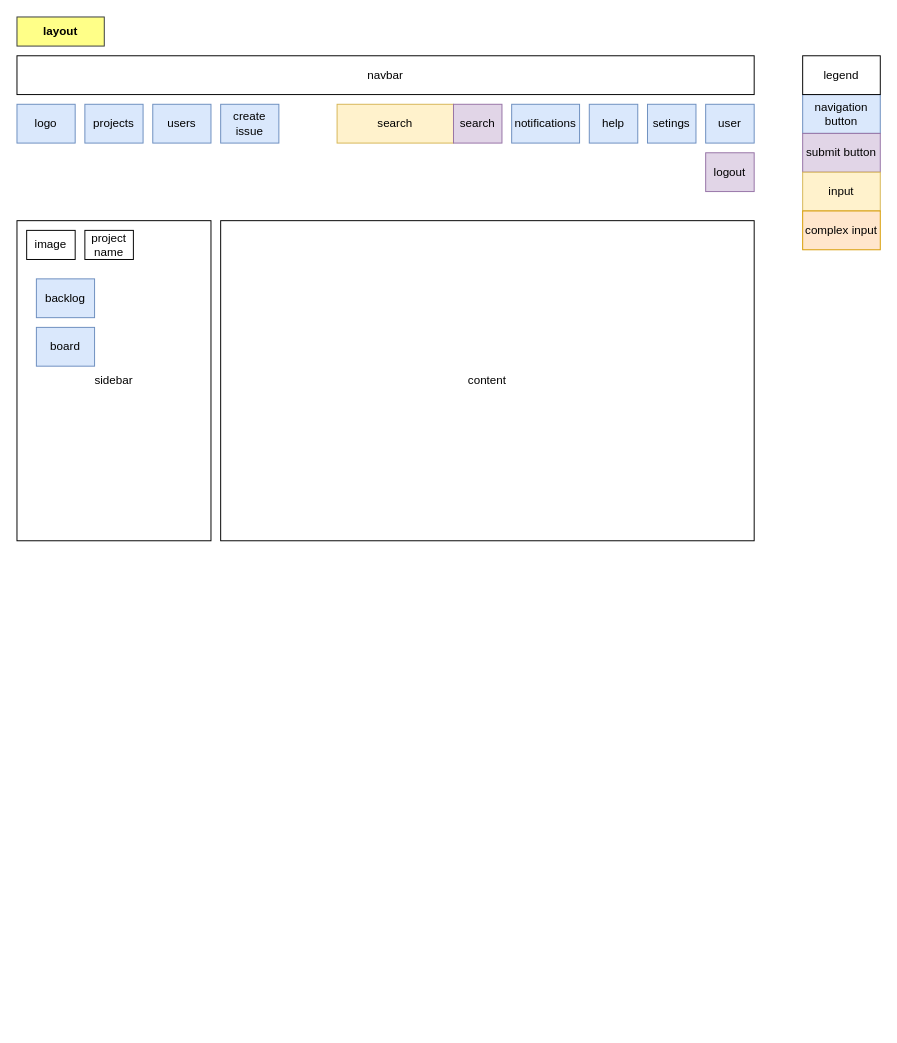
Earlier version of the draw.io diagram page "layout" (1 of 2) of docs/2 design/design sample.drawio (cosminbucur/final-ro23). Source tidied: cells renumbered, new cells numbered last; positions are measured from the earlier drawing's top-left corner, leaving out a move shared by most shapes. Both pictures are drawn from the tidied source at 97%, with x=0, y=0 at pixel (16, 16).
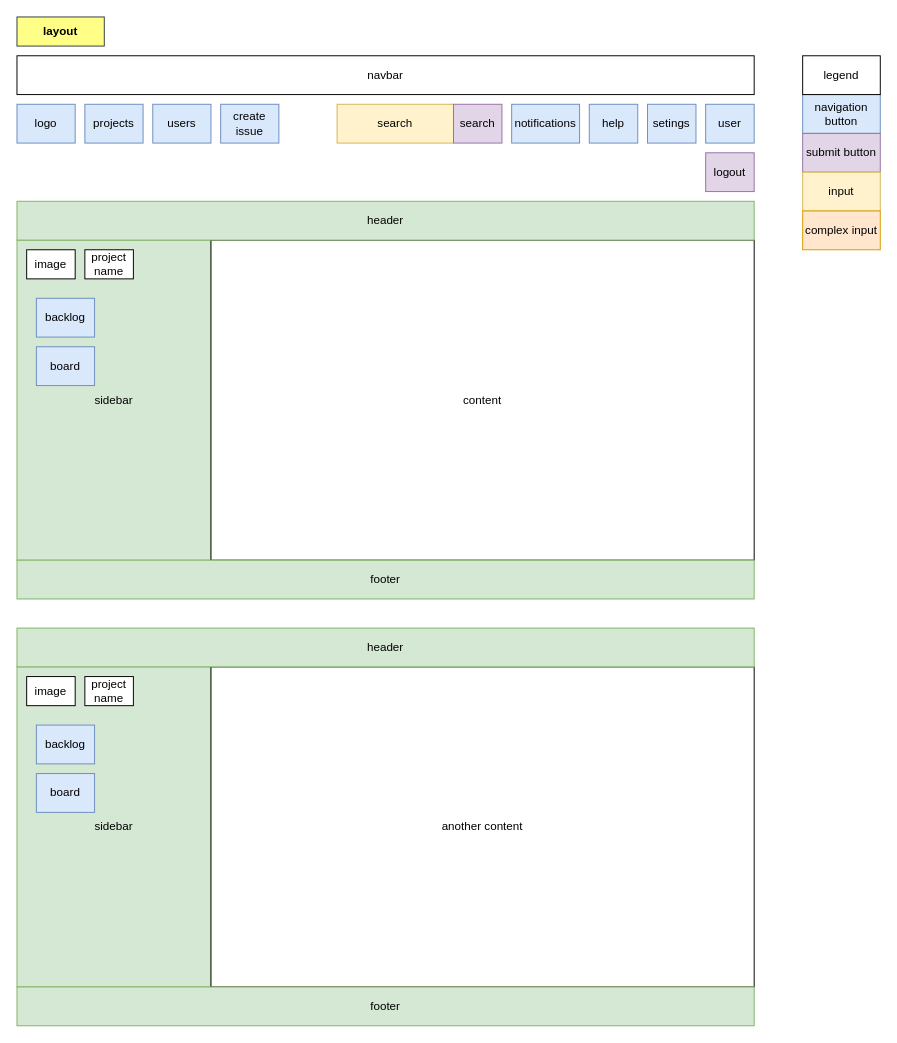
Above is the later version.

What changed in the source:
```diff
@@
-    <mxCell id="12" value="sidebar" style="rounded=0;whiteSpace=wrap;html=1;" parent="1" vertex="1">
-      <mxGeometry y="210" width="200" height="330" as="geometry" />
+    <mxCell id="12" value="sidebar" style="rounded=0;whiteSpace=wrap;html=1;fillColor=#d5e8d4;strokeColor=#82b366;" parent="1" vertex="1">
+      <mxGeometry y="230" width="200" height="330" as="geometry" />
     </mxCell>
     <mxCell id="13" value="content" style="rounded=0;whiteSpace=wrap;html=1;" parent="1" vertex="1">
-      <mxGeometry x="210" y="210" width="550" height="330" as="geometry" />
+      <mxGeometry x="200" y="230" width="560" height="330" as="geometry" />
     </mxCell>
@@
     <mxCell id="15" value="board" style="rounded=0;whiteSpace=wrap;html=1;fillColor=#dae8fc;strokeColor=#6c8ebf;" parent="1" vertex="1">
-      <mxGeometry x="20" y="320" width="60" height="40" as="geometry" />
+      <mxGeometry x="20" y="340" width="60" height="40" as="geometry" />
     </mxCell>
     <mxCell id="16" value="backlog" style="rounded=0;whiteSpace=wrap;html=1;fillColor=#dae8fc;strokeColor=#6c8ebf;" parent="1" vertex="1">
-      <mxGeometry x="20" y="270" width="60" height="40" as="geometry" />
+      <mxGeometry x="20" y="290" width="60" height="40" as="geometry" />
     </mxCell>
     <mxCell id="17" value="image" style="rounded=0;whiteSpace=wrap;html=1;" parent="1" vertex="1">
-      <mxGeometry x="10" y="220" width="50" height="30" as="geometry" />
+      <mxGeometry x="10" y="240" width="50" height="30" as="geometry" />
     </mxCell>
     <mxCell id="18" value="project name" style="rounded=0;whiteSpace=wrap;html=1;" parent="1" vertex="1">
-      <mxGeometry x="70" y="220" width="50" height="30" as="geometry" />
+      <mxGeometry x="70" y="240" width="50" height="30" as="geometry" />
     </mxCell>
@@
+    <mxCell id="26" value="header" style="rounded=0;whiteSpace=wrap;html=1;fillColor=#d5e8d4;strokeColor=#82b366;" parent="1" vertex="1">
+      <mxGeometry y="190" width="760" height="40" as="geometry" />
+    </mxCell>
+    <mxCell id="27" value="footer" style="rounded=0;whiteSpace=wrap;html=1;fillColor=#d5e8d4;strokeColor=#82b366;" parent="1" vertex="1">
+      <mxGeometry y="560" width="760" height="40" as="geometry" />
+    </mxCell>
+    <mxCell id="28" value="sidebar" style="rounded=0;whiteSpace=wrap;html=1;fillColor=#d5e8d4;strokeColor=#82b366;" parent="1" vertex="1">
+      <mxGeometry y="670" width="200" height="330" as="geometry" />
+    </mxCell>
+    <mxCell id="29" value="another content" style="rounded=0;whiteSpace=wrap;html=1;" parent="1" vertex="1">
+      <mxGeometry x="200" y="670" width="560" height="330" as="geometry" />
+    </mxCell>
+    <mxCell id="30" value="board" style="rounded=0;whiteSpace=wrap;html=1;fillColor=#dae8fc;strokeColor=#6c8ebf;" parent="1" vertex="1">
+      <mxGeometry x="20" y="780" width="60" height="40" as="geometry" />
+    </mxCell>
+    <mxCell id="31" value="backlog" style="rounded=0;whiteSpace=wrap;html=1;fillColor=#dae8fc;strokeColor=#6c8ebf;" parent="1" vertex="1">
+      <mxGeometry x="20" y="730" width="60" height="40" as="geometry" />
+    </mxCell>
+    <mxCell id="32" value="image" style="rounded=0;whiteSpace=wrap;html=1;" parent="1" vertex="1">
+      <mxGeometry x="10" y="680" width="50" height="30" as="geometry" />
+    </mxCell>
+    <mxCell id="33" value="project name" style="rounded=0;whiteSpace=wrap;html=1;" parent="1" vertex="1">
+      <mxGeometry x="70" y="680" width="50" height="30" as="geometry" />
+    </mxCell>
+    <mxCell id="34" value="header" style="rounded=0;whiteSpace=wrap;html=1;fillColor=#d5e8d4;strokeColor=#82b366;" parent="1" vertex="1">
+      <mxGeometry y="630" width="760" height="40" as="geometry" />
+    </mxCell>
+    <mxCell id="35" value="footer" style="rounded=0;whiteSpace=wrap;html=1;fillColor=#d5e8d4;strokeColor=#82b366;" parent="1" vertex="1">
+      <mxGeometry y="1000" width="760" height="40" as="geometry" />
+    </mxCell>
```
